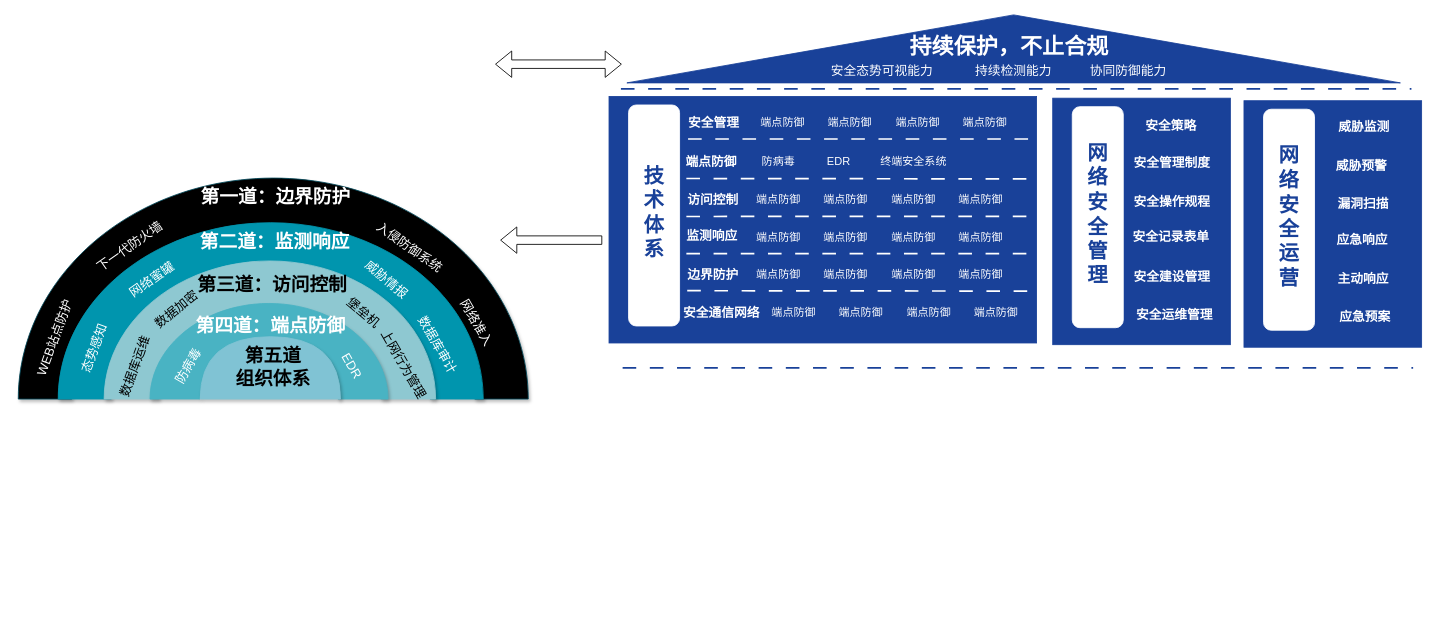
Earlier version of the draw.io diagram 安全架构.drawio (Niujieheng/GitHub_june). Source tidied: cells renumbered, new cells numbered last; positions are measured from the earlier drawing's top-left corner, leaving out a move shared by most shapes. Both pictures are drawn from the tidied source at 85%, with x=0, y=0 at pixel (3, -338).
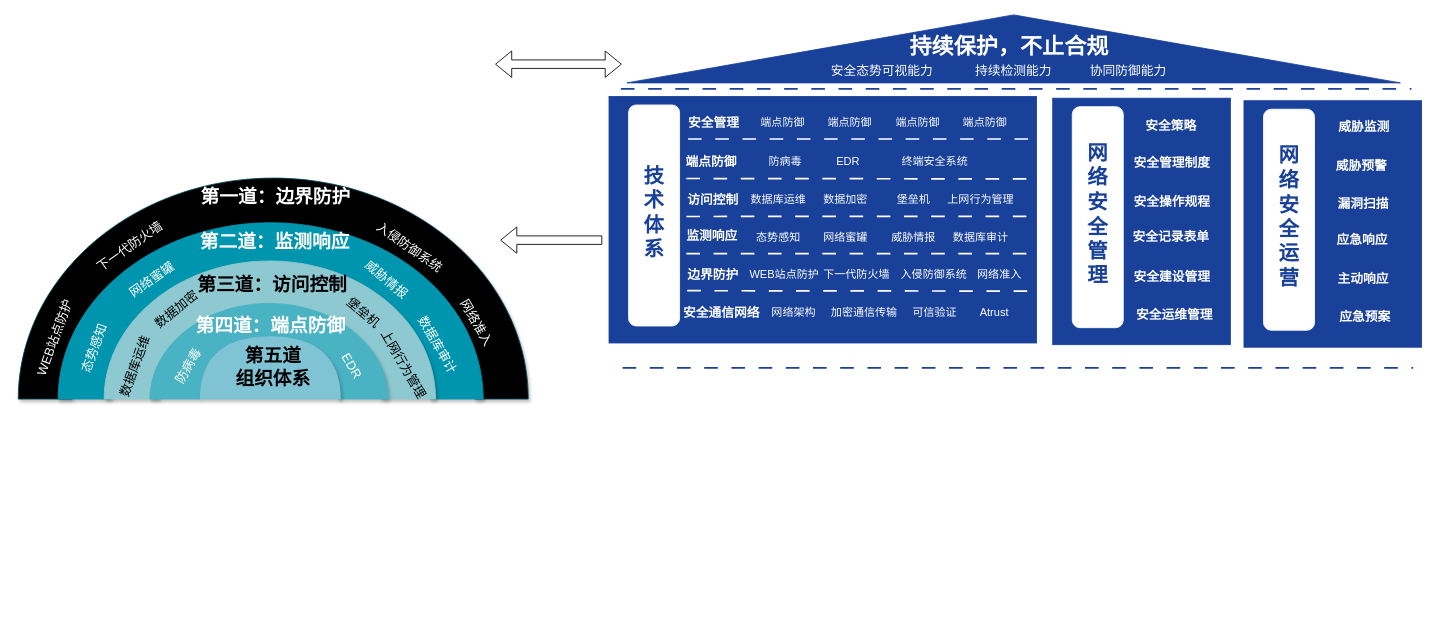
The same diagram, later.

Commit message (it also covers changes not shown here):
更新安全架构.drawio

The edit, as a diff of the source:
```diff
@@
     <mxCell id="67" value="&lt;font style=&quot;color: rgb(255, 255, 255); font-size: 13px;&quot;&gt;防病毒&lt;/font&gt;" style="text;html=1;whiteSpace=wrap;strokeColor=none;fillColor=none;align=center;verticalAlign=middle;rounded=0;" parent="1" vertex="1">
-      <mxGeometry x="847" y="571.5" width="131" height="30" as="geometry" />
+      <mxGeometry x="855" y="571.5" width="131" height="30" as="geometry" />
     </mxCell>
     <mxCell id="68" value="&lt;font style=&quot;color: rgb(255, 255, 255); font-size: 13px;&quot;&gt;EDR&lt;/font&gt;" style="text;html=1;whiteSpace=wrap;strokeColor=none;fillColor=none;align=center;verticalAlign=middle;rounded=0;" parent="1" vertex="1">
-      <mxGeometry x="918" y="571.5" width="131" height="30" as="geometry" />
+      <mxGeometry x="929" y="571.5" width="131" height="30" as="geometry" />
     </mxCell>
     <mxCell id="69" value="&lt;font color=&quot;#ffffff&quot;&gt;&lt;span style=&quot;font-size: 13px;&quot;&gt;终端安全系统&lt;/span&gt;&lt;/font&gt;" style="text;html=1;whiteSpace=wrap;strokeColor=none;fillColor=none;align=center;verticalAlign=middle;rounded=0;" parent="1" vertex="1">
-      <mxGeometry x="1006" y="571.5" width="131" height="30" as="geometry" />
+      <mxGeometry x="1031" y="571.5" width="131" height="30" as="geometry" />
     </mxCell>
-    <mxCell id="70" value="&lt;font style=&quot;color: rgb(255, 255, 255); font-size: 13px;&quot;&gt;端点防御&lt;/font&gt;" style="text;html=1;whiteSpace=wrap;strokeColor=none;fillColor=none;align=center;verticalAlign=middle;rounded=0;" parent="1" vertex="1">
+    <mxCell id="70" value="&lt;font style=&quot;color: rgb(255, 255, 255); font-size: 13px;&quot;&gt;数据库运维&lt;/font&gt;" style="text;html=1;whiteSpace=wrap;strokeColor=none;fillColor=none;align=center;verticalAlign=middle;rounded=0;" parent="1" vertex="1">
       <mxGeometry x="847" y="617.2" width="131" height="30" as="geometry" />
     </mxCell>
-    <mxCell id="71" value="&lt;font style=&quot;color: rgb(255, 255, 255); font-size: 13px;&quot;&gt;端点防御&lt;/font&gt;" style="text;html=1;whiteSpace=wrap;strokeColor=none;fillColor=none;align=center;verticalAlign=middle;rounded=0;" parent="1" vertex="1">
+    <mxCell id="71" value="&lt;font style=&quot;color: rgb(255, 255, 255); font-size: 13px;&quot;&gt;数据加密&lt;/font&gt;" style="text;html=1;whiteSpace=wrap;strokeColor=none;fillColor=none;align=center;verticalAlign=middle;rounded=0;" parent="1" vertex="1">
       <mxGeometry x="926" y="617.2" width="131" height="30" as="geometry" />
     </mxCell>
-    <mxCell id="72" value="&lt;font style=&quot;color: rgb(255, 255, 255); font-size: 13px;&quot;&gt;端点防御&lt;/font&gt;" style="text;html=1;whiteSpace=wrap;strokeColor=none;fillColor=none;align=center;verticalAlign=middle;rounded=0;" parent="1" vertex="1">
+    <mxCell id="72" value="&lt;font color=&quot;#ffffff&quot;&gt;&lt;span style=&quot;font-size: 13px;&quot;&gt;堡垒机&lt;/span&gt;&lt;/font&gt;" style="text;html=1;whiteSpace=wrap;strokeColor=none;fillColor=none;align=center;verticalAlign=middle;rounded=0;" parent="1" vertex="1">
       <mxGeometry x="1006" y="617.2" width="131" height="30" as="geometry" />
     </mxCell>
-    <mxCell id="73" value="&lt;font style=&quot;color: rgb(255, 255, 255); font-size: 13px;&quot;&gt;端点防御&lt;/font&gt;" style="text;html=1;whiteSpace=wrap;strokeColor=none;fillColor=none;align=center;verticalAlign=middle;rounded=0;" parent="1" vertex="1">
+    <mxCell id="73" value="&lt;font style=&quot;color: rgb(255, 255, 255); font-size: 13px;&quot;&gt;上网行为管理&lt;/font&gt;" style="text;html=1;whiteSpace=wrap;strokeColor=none;fillColor=none;align=center;verticalAlign=middle;rounded=0;" parent="1" vertex="1">
       <mxGeometry x="1085" y="617.2" width="131" height="30" as="geometry" />
     </mxCell>
-    <mxCell id="74" value="&lt;font style=&quot;color: rgb(255, 255, 255); font-size: 13px;&quot;&gt;端点防御&lt;/font&gt;" style="text;html=1;whiteSpace=wrap;strokeColor=none;fillColor=none;align=center;verticalAlign=middle;rounded=0;" parent="1" vertex="1">
+    <mxCell id="74" value="&lt;font style=&quot;color: rgb(255, 255, 255); font-size: 13px;&quot;&gt;态势感知&lt;/font&gt;" style="text;html=1;whiteSpace=wrap;strokeColor=none;fillColor=none;align=center;verticalAlign=middle;rounded=0;" parent="1" vertex="1">
       <mxGeometry x="847" y="660.8" width="131" height="30" as="geometry" />
     </mxCell>
-    <mxCell id="75" value="&lt;font style=&quot;color: rgb(255, 255, 255); font-size: 13px;&quot;&gt;端点防御&lt;/font&gt;" style="text;html=1;whiteSpace=wrap;strokeColor=none;fillColor=none;align=center;verticalAlign=middle;rounded=0;" parent="1" vertex="1">
+    <mxCell id="75" value="&lt;font style=&quot;color: rgb(255, 255, 255); font-size: 13px;&quot;&gt;网络蜜罐&lt;/font&gt;" style="text;html=1;whiteSpace=wrap;strokeColor=none;fillColor=none;align=center;verticalAlign=middle;rounded=0;" parent="1" vertex="1">
       <mxGeometry x="926" y="660.8" width="131" height="30" as="geometry" />
     </mxCell>
-    <mxCell id="76" value="&lt;font style=&quot;color: rgb(255, 255, 255); font-size: 13px;&quot;&gt;端点防御&lt;/font&gt;" style="text;html=1;whiteSpace=wrap;strokeColor=none;fillColor=none;align=center;verticalAlign=middle;rounded=0;" parent="1" vertex="1">
+    <mxCell id="76" value="&lt;font style=&quot;color: rgb(255, 255, 255); font-size: 13px;&quot;&gt;威胁情报&lt;/font&gt;" style="text;html=1;whiteSpace=wrap;strokeColor=none;fillColor=none;align=center;verticalAlign=middle;rounded=0;" parent="1" vertex="1">
       <mxGeometry x="1006" y="660.8" width="131" height="30" as="geometry" />
     </mxCell>
-    <mxCell id="77" value="&lt;font style=&quot;color: rgb(255, 255, 255); font-size: 13px;&quot;&gt;端点防御&lt;/font&gt;" style="text;html=1;whiteSpace=wrap;strokeColor=none;fillColor=none;align=center;verticalAlign=middle;rounded=0;" parent="1" vertex="1">
+    <mxCell id="77" value="&lt;font style=&quot;color: rgb(255, 255, 255); font-size: 13px;&quot;&gt;数据库审计&lt;/font&gt;" style="text;html=1;whiteSpace=wrap;strokeColor=none;fillColor=none;align=center;verticalAlign=middle;rounded=0;" parent="1" vertex="1">
       <mxGeometry x="1085" y="660.8" width="131" height="30" as="geometry" />
     </mxCell>
-    <mxCell id="78" value="&lt;font style=&quot;color: rgb(255, 255, 255); font-size: 13px;&quot;&gt;端点防御&lt;/font&gt;" style="text;html=1;whiteSpace=wrap;strokeColor=none;fillColor=none;align=center;verticalAlign=middle;rounded=0;" parent="1" vertex="1">
-      <mxGeometry x="847" y="704.5" width="131" height="30" as="geometry" />
+    <mxCell id="78" value="&lt;font style=&quot;color: rgb(255, 255, 255); font-size: 13px;&quot;&gt;WEB站点防护&lt;/font&gt;" style="text;html=1;whiteSpace=wrap;strokeColor=none;fillColor=none;align=center;verticalAlign=middle;rounded=0;" parent="1" vertex="1">
+      <mxGeometry x="854" y="704.5" width="131" height="30" as="geometry" />
     </mxCell>
-    <mxCell id="79" value="&lt;font style=&quot;color: rgb(255, 255, 255); font-size: 13px;&quot;&gt;端点防御&lt;/font&gt;" style="text;html=1;whiteSpace=wrap;strokeColor=none;fillColor=none;align=center;verticalAlign=middle;rounded=0;" parent="1" vertex="1">
-      <mxGeometry x="926" y="704.5" width="131" height="30" as="geometry" />
+    <mxCell id="79" value="&lt;font style=&quot;color: rgb(255, 255, 255); font-size: 13px;&quot;&gt;下一代防火墙&lt;/font&gt;" style="text;html=1;whiteSpace=wrap;strokeColor=none;fillColor=none;align=center;verticalAlign=middle;rounded=0;" parent="1" vertex="1">
+      <mxGeometry x="939" y="704.5" width="131" height="30" as="geometry" />
     </mxCell>
-    <mxCell id="80" value="&lt;font style=&quot;color: rgb(255, 255, 255); font-size: 13px;&quot;&gt;端点防御&lt;/font&gt;" style="text;html=1;whiteSpace=wrap;strokeColor=none;fillColor=none;align=center;verticalAlign=middle;rounded=0;" parent="1" vertex="1">
-      <mxGeometry x="1006" y="704.5" width="131" height="30" as="geometry" />
+    <mxCell id="80" value="&lt;font color=&quot;#ffffff&quot;&gt;&lt;span style=&quot;font-size: 13px;&quot;&gt;入侵防御系统&lt;/span&gt;&lt;/font&gt;" style="text;html=1;whiteSpace=wrap;strokeColor=none;fillColor=none;align=center;verticalAlign=middle;rounded=0;" parent="1" vertex="1">
+      <mxGeometry x="1030" y="704.5" width="131" height="30" as="geometry" />
     </mxCell>
-    <mxCell id="81" value="&lt;font style=&quot;color: rgb(255, 255, 255); font-size: 13px;&quot;&gt;端点防御&lt;/font&gt;" style="text;html=1;whiteSpace=wrap;strokeColor=none;fillColor=none;align=center;verticalAlign=middle;rounded=0;" parent="1" vertex="1">
-      <mxGeometry x="1085" y="704.5" width="131" height="30" as="geometry" />
+    <mxCell id="81" value="&lt;font style=&quot;color: rgb(255, 255, 255); font-size: 13px;&quot;&gt;网络准入&lt;/font&gt;" style="text;html=1;whiteSpace=wrap;strokeColor=none;fillColor=none;align=center;verticalAlign=middle;rounded=0;" parent="1" vertex="1">
+      <mxGeometry x="1107" y="704.5" width="131" height="30" as="geometry" />
     </mxCell>
-    <mxCell id="82" value="&lt;font style=&quot;color: rgb(255, 255, 255); font-size: 13px;&quot;&gt;端点防御&lt;/font&gt;" style="text;html=1;whiteSpace=wrap;strokeColor=none;fillColor=none;align=center;verticalAlign=middle;rounded=0;" parent="1" vertex="1">
+    <mxCell id="82" value="&lt;font style=&quot;color: rgb(255, 255, 255); font-size: 13px;&quot;&gt;网络架构&lt;/font&gt;" style="text;html=1;whiteSpace=wrap;strokeColor=none;fillColor=none;align=center;verticalAlign=middle;rounded=0;" parent="1" vertex="1">
       <mxGeometry x="865" y="750.2" width="131" height="30" as="geometry" />
     </mxCell>
-    <mxCell id="83" value="&lt;font style=&quot;color: rgb(255, 255, 255); font-size: 13px;&quot;&gt;端点防御&lt;/font&gt;" style="text;html=1;whiteSpace=wrap;strokeColor=none;fillColor=none;align=center;verticalAlign=middle;rounded=0;" parent="1" vertex="1">
-      <mxGeometry x="944" y="750.2" width="131" height="30" as="geometry" />
+    <mxCell id="83" value="&lt;font style=&quot;color: rgb(255, 255, 255); font-size: 13px;&quot;&gt;加密通信传输&lt;/font&gt;" style="text;html=1;whiteSpace=wrap;strokeColor=none;fillColor=none;align=center;verticalAlign=middle;rounded=0;" parent="1" vertex="1">
+      <mxGeometry x="948" y="750.2" width="131" height="30" as="geometry" />
     </mxCell>
-    <mxCell id="84" value="&lt;font style=&quot;color: rgb(255, 255, 255); font-size: 13px;&quot;&gt;端点防御&lt;/font&gt;" style="text;html=1;whiteSpace=wrap;strokeColor=none;fillColor=none;align=center;verticalAlign=middle;rounded=0;" parent="1" vertex="1">
-      <mxGeometry x="1024" y="750.2" width="131" height="30" as="geometry" />
+    <mxCell id="84" value="&lt;font style=&quot;color: rgb(255, 255, 255); font-size: 13px;&quot;&gt;可信验证&lt;/font&gt;" style="text;html=1;whiteSpace=wrap;strokeColor=none;fillColor=none;align=center;verticalAlign=middle;rounded=0;" parent="1" vertex="1">
+      <mxGeometry x="1031" y="750.2" width="131" height="30" as="geometry" />
     </mxCell>
-    <mxCell id="85" value="&lt;font style=&quot;color: rgb(255, 255, 255); font-size: 13px;&quot;&gt;端点防御&lt;/font&gt;" style="text;html=1;whiteSpace=wrap;strokeColor=none;fillColor=none;align=center;verticalAlign=middle;rounded=0;" parent="1" vertex="1">
-      <mxGeometry x="1103" y="750.2" width="131" height="30" as="geometry" />
+    <mxCell id="85" value="&lt;font style=&quot;color: rgb(255, 255, 255); font-size: 13px;&quot;&gt;Atrust&lt;/font&gt;" style="text;html=1;whiteSpace=wrap;strokeColor=none;fillColor=none;align=center;verticalAlign=middle;rounded=0;" parent="1" vertex="1">
+      <mxGeometry x="1101" y="750.2" width="131" height="30" as="geometry" />
     </mxCell>
```
